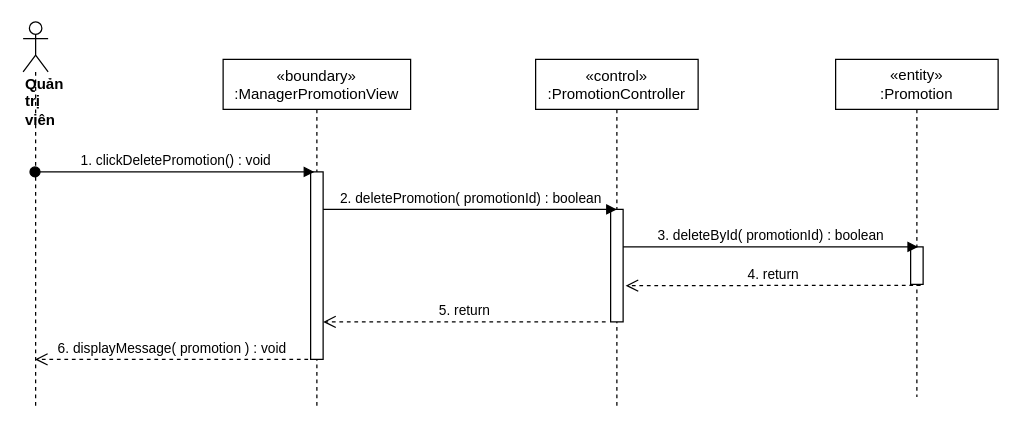
nguyenphamvan/datn_20202 keeps this draw.io diagram as sequence diagram/delete-promotion-manager.drawio. Above is the earlier version. Source tidied: cells renumbered, new cells numbered last; positions are measured from the earlier drawing's top-left corner, leaving out a move shared by most shapes. Both pictures are drawn from the tidied source at 125%, with x=0, y=0 at pixel (22, 21).
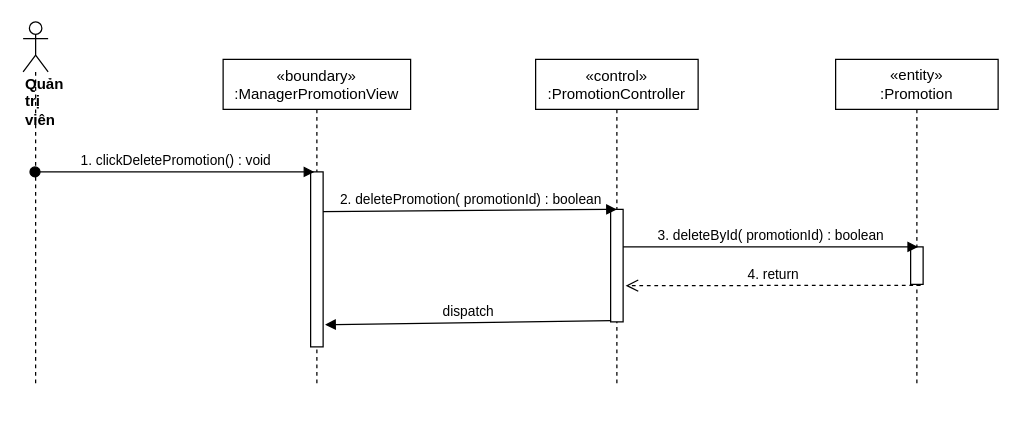
Above is the later version.

Diff of the diagram source:
```diff
@@
 <mxGraphModel>
   <root>
     <mxCell id="0" />
     <mxCell id="1" parent="0" />
     <mxCell id="2" value="«boundary»&#10;:ManagerPromotionView" style="shape=umlLifeline;perimeter=lifelinePerimeter;rounded=0;shadow=0;strokeWidth=1;" parent="1" vertex="1">
-      <mxGeometry x="160" y="30" width="150" height="280" as="geometry" />
+      <mxGeometry x="160" y="30" width="150" height="260" as="geometry" />
     </mxCell>
     <mxCell id="3" style="html=1;points=[];perimeter=orthogonalPerimeter;" parent="2" vertex="1">
-      <mxGeometry x="70" y="90" width="10" height="150" as="geometry" />
+      <mxGeometry x="70" y="90" width="10" height="140" as="geometry" />
     </mxCell>
     <mxCell id="4" value="«control»&#10;:PromotionController" style="shape=umlLifeline;perimeter=lifelinePerimeter;rounded=0;shadow=0;strokeWidth=1;size=40;" parent="1" vertex="1">
-      <mxGeometry x="410" y="30" width="130" height="280" as="geometry" />
+      <mxGeometry x="410" y="30" width="130" height="260" as="geometry" />
     </mxCell>
     <mxCell id="5" style="points=[];perimeter=orthogonalPerimeter;rounded=0;shadow=0;strokeWidth=1;" parent="4" vertex="1">
       <mxGeometry x="60" y="120" width="10" height="90" as="geometry" />
     </mxCell>
     <mxCell id="6" value="&lt;div&gt;&lt;b&gt;Quản trị viên&lt;/b&gt;&lt;/div&gt;" style="shape=umlLifeline;participant=umlActor;perimeter=lifelinePerimeter;whiteSpace=wrap;html=1;verticalAlign=top;spacingTop=36;outlineConnect=0;align=left;" parent="1" vertex="1">
-      <mxGeometry width="20" height="310" as="geometry" />
+      <mxGeometry width="20" height="290" as="geometry" />
     </mxCell>
     <mxCell id="7" value="1. clickDeletePromotion() : void" style="html=1;verticalAlign=bottom;startArrow=oval;startFill=1;endArrow=block;startSize=8;entryX=0.3;entryY=0;entryDx=0;entryDy=0;entryPerimeter=0;" parent="1" edge="1" source="6" target="3">
       <mxGeometry relative="1" as="geometry" />
     </mxCell>
-    <mxCell id="8" value="2. deletePromotion( promotionId) : boolean" style="html=1;verticalAlign=bottom;endArrow=block;entryX=0.5;entryY=0;entryDx=0;entryDy=0;entryPerimeter=0;exitX=1;exitY=0.2;exitDx=0;exitDy=0;exitPerimeter=0;" parent="1" edge="1" source="3" target="5">
+    <mxCell id="8" value="2. deletePromotion( promotionId) : boolean" style="html=1;verticalAlign=bottom;endArrow=block;entryX=0.5;entryY=0;entryDx=0;entryDy=0;entryPerimeter=0;exitX=1;exitY=0.227;exitDx=0;exitDy=0;exitPerimeter=0;" parent="1" edge="1" source="3" target="5">
       <mxGeometry relative="1" as="geometry" />
     </mxCell>
     <mxCell id="9" value="&lt;span&gt;«entity»&lt;br&gt;&lt;/span&gt;:Promotion" style="shape=umlLifeline;perimeter=lifelinePerimeter;whiteSpace=wrap;html=1;" parent="1" vertex="1">
-      <mxGeometry x="650" y="30" width="130" height="270" as="geometry" />
+      <mxGeometry x="650" y="30" width="130" height="260" as="geometry" />
     </mxCell>
     <mxCell id="10" style="points=[];perimeter=orthogonalPerimeter;rounded=0;shadow=0;strokeWidth=1;" parent="9" vertex="1">
       <mxGeometry x="60" y="150" width="10" height="30" as="geometry" />
     </mxCell>
     <mxCell id="11" value="3. deleteById( promotionId) : boolean" style="html=1;verticalAlign=bottom;endArrow=block;entryX=0.6;entryY=0;entryDx=0;entryDy=0;entryPerimeter=0;" parent="1" edge="1" target="10">
       <mxGeometry relative="1" as="geometry">
         <mxPoint x="480" y="180" as="sourcePoint" />
       </mxGeometry>
     </mxCell>
     <mxCell id="12" value="4. return" style="html=1;verticalAlign=bottom;endArrow=open;dashed=1;endSize=8;exitX=0.8;exitY=1.025;exitDx=0;exitDy=0;exitPerimeter=0;entryX=1.2;entryY=0.678;entryDx=0;entryDy=0;entryPerimeter=0;" parent="1" edge="1" source="10" target="5">
       <mxGeometry relative="1" as="geometry" />
     </mxCell>
-    <mxCell id="13" value="5. return" style="html=1;verticalAlign=bottom;endArrow=open;dashed=1;endSize=8;exitX=-0.4;exitY=1;exitDx=0;exitDy=0;exitPerimeter=0;entryX=1;entryY=0.8;entryDx=0;entryDy=0;entryPerimeter=0;" parent="1" edge="1" source="5" target="3">
+    <mxCell id="13" value="dispatch" style="html=1;verticalAlign=bottom;endArrow=block;exitX=0.04;exitY=0.989;exitDx=0;exitDy=0;exitPerimeter=0;entryX=1.16;entryY=0.873;entryDx=0;entryDy=0;entryPerimeter=0;" parent="1" edge="1" source="5" target="3">
       <mxGeometry relative="1" as="geometry" />
     </mxCell>
-    <mxCell id="14" value="6. displayMessage( promotion ) : void" style="html=1;verticalAlign=bottom;endArrow=open;dashed=1;endSize=8;exitX=-0.2;exitY=1;exitDx=0;exitDy=0;exitPerimeter=0;" parent="1" edge="1" source="3" target="6">
-      <mxGeometry relative="1" as="geometry" />
-    </mxCell>
   </root>
 </mxGraphModel>
```
